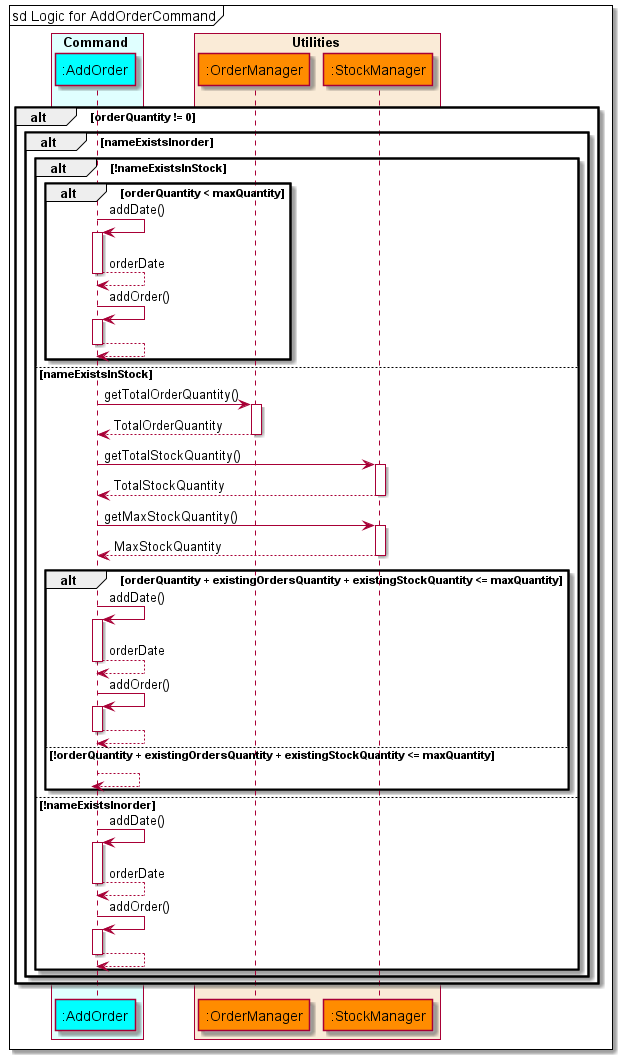
The PlantUML diagram docs/diagrams/diagram_images/AddOrderSequenceDiagram.png in nus-cs2113-AY2122S1/tp, before a commit.
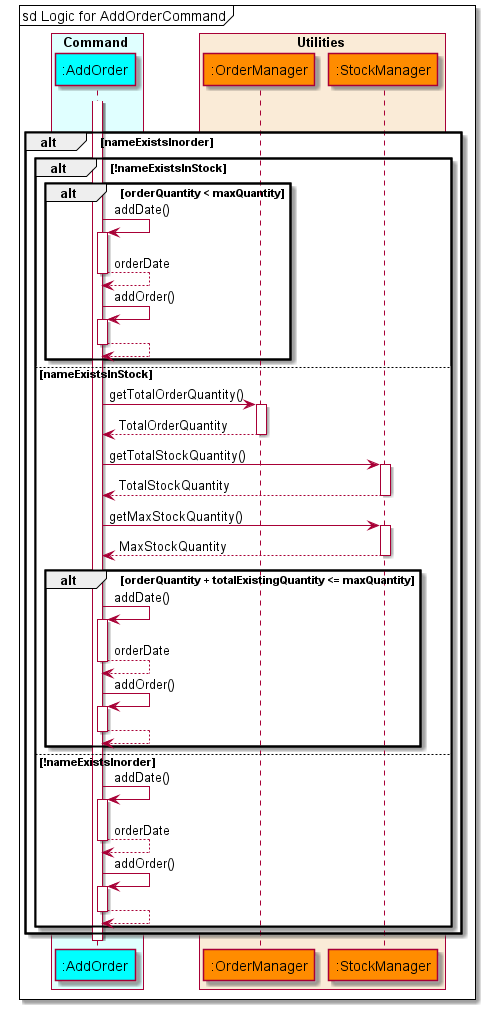
Later version of the same file.

The edit, as a diff of the source:
```diff
@@ -11,12 +11,9 @@
     participant ":StockManager" as stockmanager COLOR_UTILITIES
 end box
 
-box Inventory COLOR_INVENTORY_BOX
-
-end box
-
 autoactivate on
 mainFrame sd Logic for AddOrderCommand
+activate addorder
 alt orderQuantity != 0
     alt nameExistsInorder
         alt !nameExistsInStock
@@ -33,20 +30,17 @@
                addorder <-- stockmanager : TotalStockQuantity
                addorder -> stockmanager : getMaxStockQuantity()
                addorder <-- stockmanager : MaxStockQuantity
-               alt orderQuantity + existingOrdersQuantity + existingStockQuantity <= maxQuantity
+               alt orderQuantity + totalExistingQuantity <= maxQuantity
                    addorder -> addorder : addDate()
                    addorder --> addorder : orderDate
                    addorder -> addorder : addOrder()
                    addorder --> addorder
-               else !orderQuantity + existingOrdersQuantity + existingStockQuantity <= maxQuantity
-                   addorder --> addorder
-               end
-       else !nameExistsInorder
-           addorder -> addorder : addDate()
-           addorder --> addorder : orderDate
-           addorder -> addorder : addOrder()
-           addorder --> addorder
-       end
+           end
+    else !nameExistsInorder
+        addorder -> addorder : addDate()
+        addorder --> addorder : orderDate
+        addorder -> addorder : addOrder()
+        addorder --> addorder
     end
 end
 deactivate addorder
```
